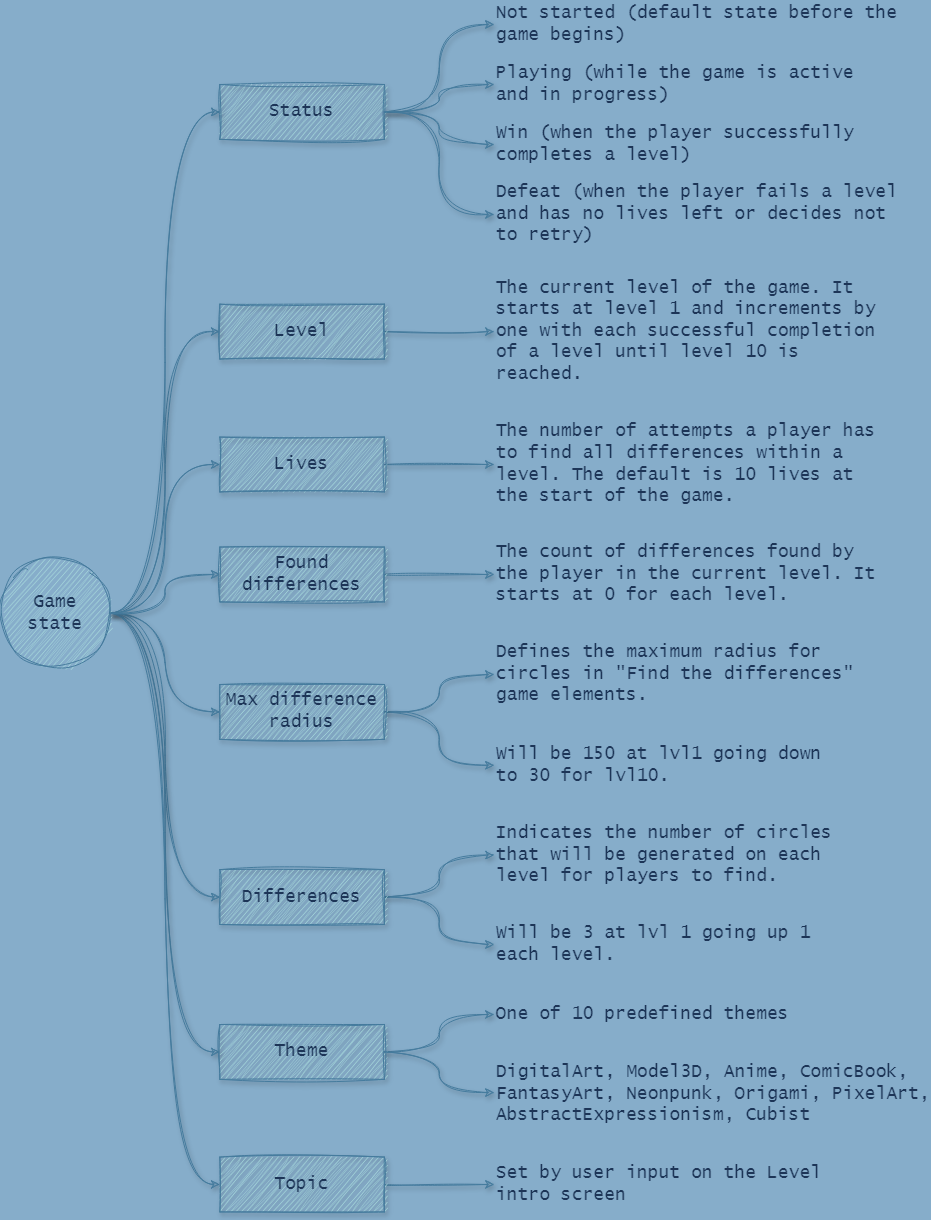
Above: ftd-game-state.png in vasilyoshev/ai-assistant (draw.io), before the change. Source tidied: cells renumbered, new cells last; positions are measured from the earlier drawing's top-left corner, leaving out a move shared by most shapes.
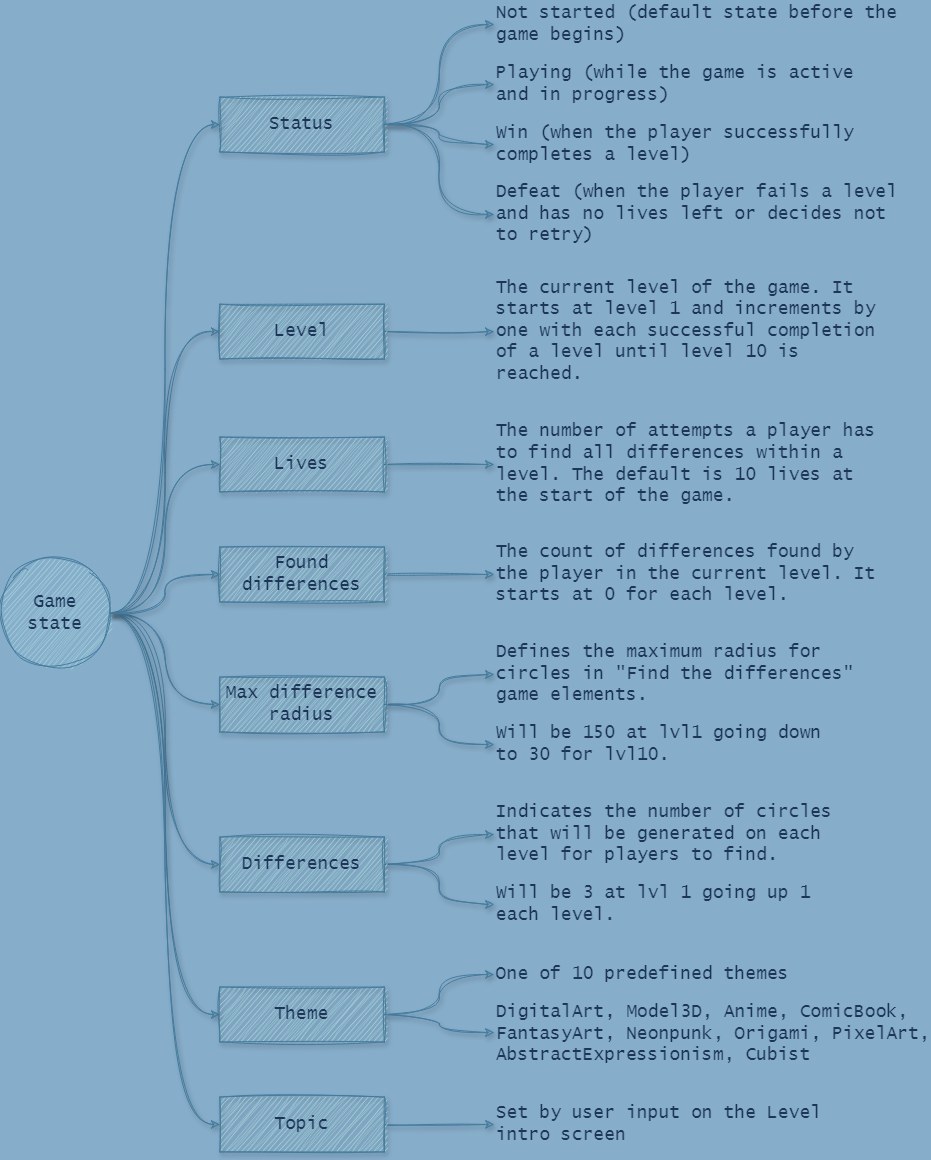
After the change.

What changed in the source:
```diff
@@ -38,3 +38,3 @@
     <mxCell id="13" value="Status" style="rounded=0;whiteSpace=wrap;html=1;hachureGap=4;fontFamily=Lucida Console;fillColor=#A8DADC;strokeColor=#457B9D;fontColor=#1D3557;labelBackgroundColor=none;fontSize=18;strokeWidth=1;shadow=1;sketch=1;curveFitting=1;jiggle=2;" parent="1" vertex="1">
-      <mxGeometry x="219.4" y="80" width="164.5" height="54.8" as="geometry" />
+      <mxGeometry x="219.4" y="92.6" width="164.5" height="54.8" as="geometry" />
     </mxCell>
@@ -53,3 +53,3 @@
     <mxCell id="18" value="Differences" style="rounded=0;whiteSpace=wrap;html=1;hachureGap=4;fontFamily=Lucida Console;fillColor=#A8DADC;strokeColor=#457B9D;fontColor=#1D3557;labelBackgroundColor=none;fontSize=18;strokeWidth=1;shadow=1;sketch=1;curveFitting=1;jiggle=2;" parent="1" vertex="1">
-      <mxGeometry x="219.4" y="865.2" width="164.5" height="54.8" as="geometry" />
+      <mxGeometry x="219.4" y="832.6" width="164.5" height="54.8" as="geometry" />
     </mxCell>
@@ -59,3 +59,3 @@
     <mxCell id="20" value="Topic" style="rounded=0;whiteSpace=wrap;html=1;hachureGap=4;fontFamily=Lucida Console;fillColor=#A8DADC;strokeColor=#457B9D;fontColor=#1D3557;labelBackgroundColor=none;fontSize=18;strokeWidth=1;shadow=1;sketch=1;curveFitting=1;jiggle=2;" parent="1" vertex="1">
-      <mxGeometry x="219.4" y="1152.6" width="164.5" height="54.8" as="geometry" />
+      <mxGeometry x="219.4" y="1092.6" width="164.5" height="54.8" as="geometry" />
     </mxCell>
@@ -68,3 +68,3 @@
     <mxCell id="23" value="Max difference radius" style="rounded=0;whiteSpace=wrap;html=1;hachureGap=4;fontFamily=Lucida Console;fillColor=#A8DADC;strokeColor=#457B9D;fontColor=#1D3557;labelBackgroundColor=none;fontSize=18;strokeWidth=1;shadow=1;sketch=1;curveFitting=1;jiggle=2;" parent="1" vertex="1">
-      <mxGeometry x="219.4" y="680" width="164.5" height="54.8" as="geometry" />
+      <mxGeometry x="219.4" y="672.6" width="164.5" height="54.8" as="geometry" />
     </mxCell>
@@ -80,3 +80,3 @@
     <mxCell id="27" value="Theme" style="rounded=0;whiteSpace=wrap;html=1;hachureGap=4;fontFamily=Lucida Console;fillColor=#A8DADC;strokeColor=#457B9D;fontColor=#1D3557;labelBackgroundColor=none;fontSize=18;strokeWidth=1;shadow=1;sketch=1;curveFitting=1;jiggle=2;" parent="1" vertex="1">
-      <mxGeometry x="219.4" y="1020" width="164.5" height="54.8" as="geometry" />
+      <mxGeometry x="219.4" y="982.6" width="164.5" height="54.8" as="geometry" />
     </mxCell>
@@ -97,44 +97,56 @@
     </mxCell>
+    <mxCell id="37" style="edgeStyle=orthogonalEdgeStyle;rounded=0;hachureGap=4;jettySize=auto;html=1;entryX=0;entryY=0.5;entryDx=0;entryDy=0;fontFamily=Lucida Console;curved=1;fontColor=default;strokeColor=#457B9D;labelBackgroundColor=none;fontSize=18;strokeWidth=1;shadow=1;sketch=1;curveFitting=1;jiggle=2;" parent="1" edge="1" source="13" target="35">
+      <mxGeometry relative="1" as="geometry" />
+    </mxCell>
+    <mxCell id="38" style="edgeStyle=orthogonalEdgeStyle;rounded=0;hachureGap=4;jettySize=auto;html=1;entryX=0;entryY=0.5;entryDx=0;entryDy=0;fontFamily=Lucida Console;curved=1;fontColor=default;strokeColor=#457B9D;labelBackgroundColor=none;fontSize=18;strokeWidth=1;shadow=1;sketch=1;curveFitting=1;jiggle=2;" parent="1" edge="1" source="13" target="36">
+      <mxGeometry relative="1" as="geometry" />
+    </mxCell>
+    <mxCell id="45" style="edgeStyle=orthogonalEdgeStyle;rounded=0;hachureGap=4;jettySize=auto;html=1;entryX=0;entryY=0.468;entryDx=0;entryDy=0;entryPerimeter=0;fontFamily=Lucida Console;curved=1;fontColor=default;strokeColor=#457B9D;labelBackgroundColor=none;fontSize=18;strokeWidth=1;shadow=1;sketch=1;curveFitting=1;jiggle=2;" parent="1" edge="1" source="27" target="44">
+      <mxGeometry relative="1" as="geometry" />
+    </mxCell>
+    <mxCell id="46" value="Set by user input on the Level intro screen" style="text;html=1;align=left;verticalAlign=middle;whiteSpace=wrap;rounded=0;fontFamily=Lucida Console;fontColor=#1D3557;labelBackgroundColor=none;fontSize=18;strokeWidth=1;shadow=1;sketch=1;curveFitting=1;jiggle=2;" parent="1" vertex="1">
+      <mxGeometry x="493.5" y="1100" width="342.7" height="40" as="geometry" />
+    </mxCell>
+    <mxCell id="47" style="group;" parent="1" vertex="1">
+      <mxGeometry x="493.5" y="800" width="383.9" height="120" as="geometry" />
+    </mxCell>
+    <mxCell id="41" value="Indicates the number of circles that will be generated on each level for players to find." style="text;html=1;align=left;verticalAlign=middle;whiteSpace=wrap;rounded=0;fontFamily=Lucida Console;fontColor=#1D3557;labelBackgroundColor=none;fontSize=18;strokeWidth=1;shadow=1;sketch=1;curveFitting=1;jiggle=2;" parent="47" vertex="1">
+      <mxGeometry width="383.9" height="60" as="geometry" />
+    </mxCell>
+    <mxCell id="42" value="Will be 3 at lvl 1 going up 1 each level." style="text;html=1;align=left;verticalAlign=middle;whiteSpace=wrap;rounded=0;fontFamily=Lucida Console;fontColor=#1D3557;labelBackgroundColor=none;fontSize=18;strokeWidth=1;shadow=1;sketch=1;curveFitting=1;jiggle=2;" parent="47" vertex="1">
+      <mxGeometry y="80" width="342.7" height="40" as="geometry" />
+    </mxCell>
+    <mxCell id="48" style="group;" parent="1" vertex="1">
+      <mxGeometry x="493.5" y="640" width="383.9" height="120" as="geometry" />
+    </mxCell>
+    <mxCell id="39" value="Defines the maximum radius for circles in &quot;Find the differences&quot; game elements." style="text;html=1;align=left;verticalAlign=middle;whiteSpace=wrap;rounded=0;fontFamily=Lucida Console;fontColor=#1D3557;labelBackgroundColor=none;fontSize=18;strokeWidth=1;shadow=1;sketch=1;curveFitting=1;jiggle=2;" parent="48" vertex="1">
+      <mxGeometry width="383.9" height="60" as="geometry" />
+    </mxCell>
+    <mxCell id="40" value="Will be 150 at lvl1 going down to 30 for lvl10." style="text;html=1;align=left;verticalAlign=middle;whiteSpace=wrap;rounded=0;fontFamily=Lucida Console;fontColor=#1D3557;labelBackgroundColor=none;fontSize=18;strokeWidth=1;shadow=1;sketch=1;curveFitting=1;jiggle=2;" parent="48" vertex="1">
+      <mxGeometry y="80" width="342.7" height="40" as="geometry" />
+    </mxCell>
+    <mxCell id="49" style="group;" parent="1" vertex="1">
+      <mxGeometry x="493.5" width="411.3" height="240" as="geometry" />
+    </mxCell>
-    <mxCell id="33" value="Not started (default state before the game begins)" style="text;html=1;align=left;verticalAlign=middle;whiteSpace=wrap;rounded=0;fontFamily=Lucida Console;fontColor=#1D3557;labelBackgroundColor=none;fontSize=18;strokeWidth=1;shadow=1;sketch=1;curveFitting=1;jiggle=2;" parent="1" vertex="1">
-      <mxGeometry x="493.5" width="404.4" height="40" as="geometry" />
+    <mxCell id="33" value="Not started (default state before the game begins)" style="text;html=1;align=left;verticalAlign=middle;whiteSpace=wrap;rounded=0;fontFamily=Lucida Console;fontColor=#1D3557;labelBackgroundColor=none;fontSize=18;strokeWidth=1;shadow=1;sketch=1;curveFitting=1;jiggle=2;" parent="49" vertex="1">
+      <mxGeometry width="404.4" height="40" as="geometry" />
     </mxCell>
-    <mxCell id="34" value="Playing (while the game is active and in progress)" style="text;html=1;align=left;verticalAlign=middle;whiteSpace=wrap;rounded=0;fontFamily=Lucida Console;fontColor=#1D3557;labelBackgroundColor=none;fontSize=18;strokeWidth=1;shadow=1;sketch=1;curveFitting=1;jiggle=2;" parent="1" vertex="1">
-      <mxGeometry x="493.5" y="60" width="383.9" height="40" as="geometry" />
+    <mxCell id="34" value="Playing (while the game is active and in progress)" style="text;html=1;align=left;verticalAlign=middle;whiteSpace=wrap;rounded=0;fontFamily=Lucida Console;fontColor=#1D3557;labelBackgroundColor=none;fontSize=18;strokeWidth=1;shadow=1;sketch=1;curveFitting=1;jiggle=2;" parent="49" vertex="1">
+      <mxGeometry y="60" width="383.9" height="40" as="geometry" />
     </mxCell>
-    <mxCell id="35" value="Win (when the player successfully completes a level)" style="text;html=1;align=left;verticalAlign=middle;whiteSpace=wrap;rounded=0;fontFamily=Lucida Console;fontColor=#1D3557;labelBackgroundColor=none;fontSize=18;strokeWidth=1;shadow=1;sketch=1;curveFitting=1;jiggle=2;" parent="1" vertex="1">
-      <mxGeometry x="493.5" y="120" width="411.3" height="40" as="geometry" />
+    <mxCell id="35" value="Win (when the player successfully completes a level)" style="text;html=1;align=left;verticalAlign=middle;whiteSpace=wrap;rounded=0;fontFamily=Lucida Console;fontColor=#1D3557;labelBackgroundColor=none;fontSize=18;strokeWidth=1;shadow=1;sketch=1;curveFitting=1;jiggle=2;" parent="49" vertex="1">
+      <mxGeometry y="120" width="411.3" height="40" as="geometry" />
     </mxCell>
-    <mxCell id="36" value="Defeat (when the player fails a level and has no lives left or decides not to retry)" style="text;html=1;align=left;verticalAlign=middle;whiteSpace=wrap;rounded=0;fontFamily=Lucida Console;fontColor=#1D3557;labelBackgroundColor=none;fontSize=18;strokeWidth=1;shadow=1;sketch=1;curveFitting=1;jiggle=2;" parent="1" vertex="1">
-      <mxGeometry x="493.5" y="180" width="406.4" height="60" as="geometry" />
+    <mxCell id="36" value="Defeat (when the player fails a level and has no lives left or decides not to retry)" style="text;html=1;align=left;verticalAlign=middle;whiteSpace=wrap;rounded=0;fontFamily=Lucida Console;fontColor=#1D3557;labelBackgroundColor=none;fontSize=18;strokeWidth=1;shadow=1;sketch=1;curveFitting=1;jiggle=2;" parent="49" vertex="1">
+      <mxGeometry y="180" width="406.4" height="60" as="geometry" />
     </mxCell>
-    <mxCell id="37" style="edgeStyle=orthogonalEdgeStyle;rounded=0;hachureGap=4;jettySize=auto;html=1;entryX=0;entryY=0.5;entryDx=0;entryDy=0;fontFamily=Lucida Console;curved=1;fontColor=default;strokeColor=#457B9D;labelBackgroundColor=none;fontSize=18;strokeWidth=1;shadow=1;sketch=1;curveFitting=1;jiggle=2;" parent="1" edge="1" source="13" target="35">
-      <mxGeometry relative="1" as="geometry" />
-    </mxCell>
-    <mxCell id="38" style="edgeStyle=orthogonalEdgeStyle;rounded=0;hachureGap=4;jettySize=auto;html=1;entryX=0;entryY=0.5;entryDx=0;entryDy=0;fontFamily=Lucida Console;curved=1;fontColor=default;strokeColor=#457B9D;labelBackgroundColor=none;fontSize=18;strokeWidth=1;shadow=1;sketch=1;curveFitting=1;jiggle=2;" parent="1" edge="1" source="13" target="36">
-      <mxGeometry relative="1" as="geometry" />
-    </mxCell>
-    <mxCell id="39" value="Defines the maximum radius for circles in &quot;Find the differences&quot; game elements." style="text;html=1;align=left;verticalAlign=middle;whiteSpace=wrap;rounded=0;fontFamily=Lucida Console;fontColor=#1D3557;labelBackgroundColor=none;fontSize=18;strokeWidth=1;shadow=1;sketch=1;curveFitting=1;jiggle=2;" parent="1" vertex="1">
-      <mxGeometry x="493.5" y="640" width="383.9" height="60" as="geometry" />
-    </mxCell>
-    <mxCell id="40" value="Will be 150 at lvl1 going down to 30 for lvl10." style="text;html=1;align=left;verticalAlign=middle;whiteSpace=wrap;rounded=0;fontFamily=Lucida Console;fontColor=#1D3557;labelBackgroundColor=none;fontSize=18;strokeWidth=1;shadow=1;sketch=1;curveFitting=1;jiggle=2;" parent="1" vertex="1">
-      <mxGeometry x="493.5" y="740" width="342.7" height="41.6" as="geometry" />
-    </mxCell>
-    <mxCell id="41" value="Indicates the number of circles that will be generated on each level for players to find." style="text;html=1;align=left;verticalAlign=middle;whiteSpace=wrap;rounded=0;fontFamily=Lucida Console;fontColor=#1D3557;labelBackgroundColor=none;fontSize=18;strokeWidth=1;shadow=1;sketch=1;curveFitting=1;jiggle=2;" parent="1" vertex="1">
-      <mxGeometry x="493.5" y="820.5" width="383.9" height="60" as="geometry" />
-    </mxCell>
-    <mxCell id="42" value="Will be 3 at lvl 1 going up 1 each level." style="text;html=1;align=left;verticalAlign=middle;whiteSpace=wrap;rounded=0;fontFamily=Lucida Console;fontColor=#1D3557;labelBackgroundColor=none;fontSize=18;strokeWidth=1;shadow=1;sketch=1;curveFitting=1;jiggle=2;" parent="1" vertex="1">
-      <mxGeometry x="493.5" y="920" width="342.7" height="40" as="geometry" />
-    </mxCell>
+    <mxCell id="50" style="group;" parent="1" vertex="1">
+      <mxGeometry x="493.5" y="960" width="397.6" height="100" as="geometry" />
+    </mxCell>
-    <mxCell id="43" value="One of 10 predefined themes" style="text;html=1;align=left;verticalAlign=middle;whiteSpace=wrap;rounded=0;fontFamily=Lucida Console;fontColor=#1D3557;labelBackgroundColor=none;fontSize=18;strokeWidth=1;shadow=1;sketch=1;curveFitting=1;jiggle=2;" parent="1" vertex="1">
-      <mxGeometry x="493.5" y="1000" width="342.7" height="20" as="geometry" />
+    <mxCell id="43" value="One of 10 predefined themes" style="text;html=1;align=left;verticalAlign=middle;whiteSpace=wrap;rounded=0;fontFamily=Lucida Console;fontColor=#1D3557;labelBackgroundColor=none;fontSize=18;strokeWidth=1;shadow=1;sketch=1;curveFitting=1;jiggle=2;" parent="50" vertex="1">
+      <mxGeometry width="342.7" height="20" as="geometry" />
     </mxCell>
-    <mxCell id="44" value="&lt;div style=&quot;font-size: 18px;&quot;&gt;DigitalArt&lt;span style=&quot;background-color: initial; font-size: 18px;&quot;&gt;,&amp;nbsp;&lt;/span&gt;&lt;span style=&quot;background-color: initial; font-size: 18px;&quot;&gt;Model3D&lt;/span&gt;&lt;span style=&quot;background-color: initial; font-size: 18px;&quot;&gt;,&amp;nbsp;&lt;/span&gt;&lt;span style=&quot;background-color: initial; font-size: 18px;&quot;&gt;Anime&lt;/span&gt;&lt;span style=&quot;background-color: initial; font-size: 18px;&quot;&gt;,&amp;nbsp;&lt;/span&gt;&lt;span style=&quot;background-color: initial; font-size: 18px;&quot;&gt;ComicBook&lt;/span&gt;&lt;span style=&quot;background-color: initial; font-size: 18px;&quot;&gt;,&lt;/span&gt;&lt;/div&gt;&lt;div style=&quot;font-size: 18px;&quot;&gt;&lt;span style=&quot;background-color: initial; font-size: 18px;&quot;&gt;FantasyArt&lt;/span&gt;&lt;span style=&quot;background-color: initial; font-size: 18px;&quot;&gt;,&amp;nbsp;&lt;/span&gt;&lt;span style=&quot;background-color: initial; font-size: 18px;&quot;&gt;Neonpunk&lt;/span&gt;&lt;span style=&quot;background-color: initial; font-size: 18px;&quot;&gt;,&amp;nbsp;&lt;/span&gt;&lt;span style=&quot;background-color: initial; font-size: 18px;&quot;&gt;Origami&lt;/span&gt;&lt;span style=&quot;background-color: initial; font-size: 18px;&quot;&gt;,&amp;nbsp;&lt;/span&gt;&lt;span style=&quot;background-color: initial; font-size: 18px;&quot;&gt;PixelArt&lt;/span&gt;&lt;span style=&quot;background-color: initial; font-size: 18px;&quot;&gt;,&lt;/span&gt;&lt;/div&gt;&lt;div style=&quot;font-size: 18px;&quot;&gt;&lt;span style=&quot;background-color: initial; font-size: 18px;&quot;&gt;AbstractExpressionism,&amp;nbsp;&lt;/span&gt;&lt;span style=&quot;background-color: initial; font-size: 18px;&quot;&gt;Cubist&lt;/span&gt;&lt;/div&gt;" style="text;html=1;align=left;verticalAlign=middle;whiteSpace=wrap;rounded=0;fontFamily=Lucida Console;fontColor=#1D3557;labelBackgroundColor=none;fontSize=18;strokeWidth=1;shadow=1;sketch=1;curveFitting=1;jiggle=2;" parent="1" vertex="1">
-      <mxGeometry x="493.5" y="1060" width="397.6" height="60" as="geometry" />
+    <mxCell id="44" value="&lt;div style=&quot;font-size: 18px;&quot;&gt;DigitalArt&lt;span style=&quot;background-color: initial; font-size: 18px;&quot;&gt;,&amp;nbsp;&lt;/span&gt;&lt;span style=&quot;background-color: initial; font-size: 18px;&quot;&gt;Model3D&lt;/span&gt;&lt;span style=&quot;background-color: initial; font-size: 18px;&quot;&gt;,&amp;nbsp;&lt;/span&gt;&lt;span style=&quot;background-color: initial; font-size: 18px;&quot;&gt;Anime&lt;/span&gt;&lt;span style=&quot;background-color: initial; font-size: 18px;&quot;&gt;,&amp;nbsp;&lt;/span&gt;&lt;span style=&quot;background-color: initial; font-size: 18px;&quot;&gt;ComicBook&lt;/span&gt;&lt;span style=&quot;background-color: initial; font-size: 18px;&quot;&gt;,&lt;/span&gt;&lt;/div&gt;&lt;div style=&quot;font-size: 18px;&quot;&gt;&lt;span style=&quot;background-color: initial; font-size: 18px;&quot;&gt;FantasyArt&lt;/span&gt;&lt;span style=&quot;background-color: initial; font-size: 18px;&quot;&gt;,&amp;nbsp;&lt;/span&gt;&lt;span style=&quot;background-color: initial; font-size: 18px;&quot;&gt;Neonpunk&lt;/span&gt;&lt;span style=&quot;background-color: initial; font-size: 18px;&quot;&gt;,&amp;nbsp;&lt;/span&gt;&lt;span style=&quot;background-color: initial; font-size: 18px;&quot;&gt;Origami&lt;/span&gt;&lt;span style=&quot;background-color: initial; font-size: 18px;&quot;&gt;,&amp;nbsp;&lt;/span&gt;&lt;span style=&quot;background-color: initial; font-size: 18px;&quot;&gt;PixelArt&lt;/span&gt;&lt;span style=&quot;background-color: initial; font-size: 18px;&quot;&gt;,&lt;/span&gt;&lt;/div&gt;&lt;div style=&quot;font-size: 18px;&quot;&gt;&lt;span style=&quot;background-color: initial; font-size: 18px;&quot;&gt;AbstractExpressionism,&amp;nbsp;&lt;/span&gt;&lt;span style=&quot;background-color: initial; font-size: 18px;&quot;&gt;Cubist&lt;/span&gt;&lt;/div&gt;" style="text;html=1;align=left;verticalAlign=middle;whiteSpace=wrap;rounded=0;fontFamily=Lucida Console;fontColor=#1D3557;labelBackgroundColor=none;fontSize=18;strokeWidth=1;shadow=1;sketch=1;curveFitting=1;jiggle=2;" parent="50" vertex="1">
+      <mxGeometry y="40" width="397.6" height="60" as="geometry" />
     </mxCell>
-    <mxCell id="45" style="edgeStyle=orthogonalEdgeStyle;rounded=0;hachureGap=4;jettySize=auto;html=1;entryX=0;entryY=0.468;entryDx=0;entryDy=0;entryPerimeter=0;fontFamily=Lucida Console;curved=1;fontColor=default;strokeColor=#457B9D;labelBackgroundColor=none;fontSize=18;strokeWidth=1;shadow=1;sketch=1;curveFitting=1;jiggle=2;" parent="1" edge="1" source="27" target="44">
-      <mxGeometry relative="1" as="geometry" />
-    </mxCell>
-    <mxCell id="46" value="Set by user input on the Level intro screen" style="text;html=1;align=left;verticalAlign=middle;whiteSpace=wrap;rounded=0;fontFamily=Lucida Console;fontColor=#1D3557;labelBackgroundColor=none;fontSize=18;strokeWidth=1;shadow=1;sketch=1;curveFitting=1;jiggle=2;" parent="1" vertex="1">
-      <mxGeometry x="493.5" y="1160" width="342.7" height="40" as="geometry" />
-    </mxCell>
   </root>
```
